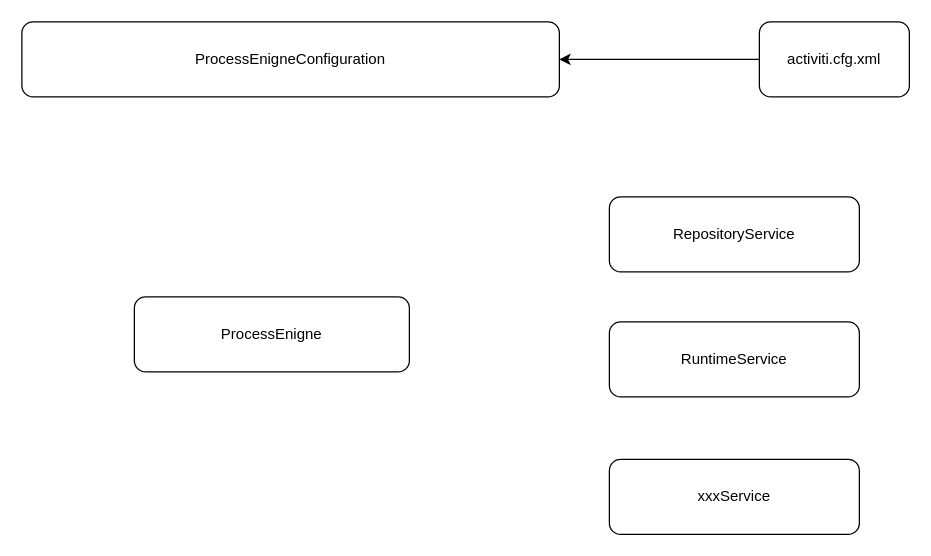
The draw.io diagram Activiti流程引擎配置.drawio in ChengziMao/diagrams, before the edit. Source tidied: cells renumbered, new cells numbered last; positions are measured from the earlier drawing's top-left corner, leaving out a move shared by most shapes. Both pictures are drawn from the tidied source at 125%, with x=0, y=0 at pixel (21, 21).
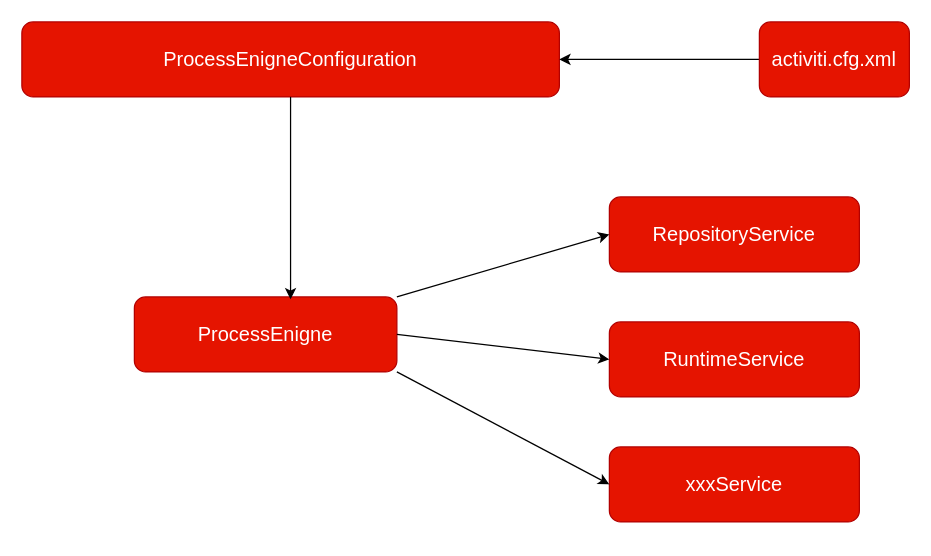
The same page after the edit.

Commit message (it also covers changes not shown here):
更新Activiti流程引擎配置.drawio

What changed in the source:
```diff
@@
 <mxGraphModel>
   <root>
     <mxCell id="0" />
     <mxCell id="1" parent="0" />
-    <mxCell id="2" value="&lt;font style=&quot;vertical-align: inherit;&quot; class=&quot;notranslate fyzs-translate-target fyzs-translate-target-wrapper&quot;&gt;&lt;font style=&quot;vertical-align: inherit;&quot; class=&quot;notranslate fyzs-translate-target fyzs-translate-target-box&quot;&gt;&lt;font style=&quot;vertical-align: inherit;&quot; title=&quot;P&quot; class=&quot;notranslate fyzs-translate-target fyzs-translate-target-text&quot;&gt;ProcessEnigneConfiguration&lt;/font&gt;&lt;/font&gt;&lt;/font&gt;" style="rounded=1;whiteSpace=wrap;html=1;" parent="1" vertex="1">
+    <mxCell id="2" value="&lt;font style=&quot;vertical-align: inherit;&quot; class=&quot;notranslate fyzs-translate-target fyzs-translate-target-wrapper&quot;&gt;&lt;font style=&quot;vertical-align: inherit;&quot; class=&quot;notranslate fyzs-translate-target fyzs-translate-target-box&quot;&gt;&lt;font style=&quot;vertical-align: inherit;&quot; title=&quot;P&quot; class=&quot;notranslate fyzs-translate-target fyzs-translate-target-text&quot;&gt;ProcessEnigneConfiguration&lt;/font&gt;&lt;/font&gt;&lt;/font&gt;" style="rounded=1;whiteSpace=wrap;html=1;fontSize=16;fillColor=#e51400;fontColor=#ffffff;strokeColor=#B20000;" parent="1" vertex="1">
       <mxGeometry width="430" height="60" as="geometry" />
     </mxCell>
-    <mxCell id="3" style="edgeStyle=orthogonalEdgeStyle;rounded=0;jettySize=auto;html=1;entryX=1;entryY=0.5;entryDx=0;entryDy=0;" parent="1" edge="1" source="4" target="2">
+    <mxCell id="3" style="edgeStyle=orthogonalEdgeStyle;rounded=0;jettySize=auto;html=1;entryX=1;entryY=0.5;entryDx=0;entryDy=0;fontSize=16;" parent="1" edge="1" source="4" target="2">
       <mxGeometry relative="1" as="geometry" />
     </mxCell>
-    <mxCell id="4" value="&lt;font style=&quot;vertical-align: inherit;&quot; class=&quot;notranslate fyzs-translate-target fyzs-translate-target-wrapper&quot;&gt;&lt;font style=&quot;vertical-align: inherit;&quot; class=&quot;notranslate fyzs-translate-target fyzs-translate-target-box&quot;&gt;&lt;font style=&quot;vertical-align: inherit;&quot; title=&quot;a&quot; class=&quot;notranslate fyzs-translate-target fyzs-translate-target-text&quot;&gt;activiti.cfg.xml&lt;/font&gt;&lt;/font&gt;&lt;/font&gt;" style="rounded=1;whiteSpace=wrap;html=1;" parent="1" vertex="1">
+    <mxCell id="4" value="&lt;font style=&quot;vertical-align: inherit;&quot; class=&quot;notranslate fyzs-translate-target fyzs-translate-target-wrapper&quot;&gt;&lt;font style=&quot;vertical-align: inherit;&quot; class=&quot;notranslate fyzs-translate-target fyzs-translate-target-box&quot;&gt;&lt;font style=&quot;vertical-align: inherit;&quot; title=&quot;a&quot; class=&quot;notranslate fyzs-translate-target fyzs-translate-target-text&quot;&gt;activiti.cfg.xml&lt;/font&gt;&lt;/font&gt;&lt;/font&gt;" style="rounded=1;whiteSpace=wrap;html=1;fontSize=16;fillColor=#e51400;fontColor=#ffffff;strokeColor=#B20000;" parent="1" vertex="1">
       <mxGeometry x="590" width="120" height="60" as="geometry" />
     </mxCell>
-    <mxCell id="5" value="&lt;font style=&quot;vertical-align: inherit;&quot; class=&quot;notranslate fyzs-translate-target fyzs-translate-target-wrapper&quot;&gt;&lt;font style=&quot;vertical-align: inherit;&quot; class=&quot;notranslate fyzs-translate-target fyzs-translate-target-box&quot;&gt;&lt;font style=&quot;vertical-align: inherit;&quot; title=&quot;P&quot; class=&quot;notranslate fyzs-translate-target fyzs-translate-target-text&quot;&gt;ProcessEnigne&lt;/font&gt;&lt;/font&gt;&lt;/font&gt;" style="rounded=1;whiteSpace=wrap;html=1;" parent="1" vertex="1">
-      <mxGeometry x="90" y="220" width="220" height="60" as="geometry" />
+    <mxCell id="5" value="&lt;font style=&quot;vertical-align: inherit;&quot; class=&quot;notranslate fyzs-translate-target fyzs-translate-target-wrapper&quot;&gt;&lt;font style=&quot;vertical-align: inherit;&quot; class=&quot;notranslate fyzs-translate-target fyzs-translate-target-box&quot;&gt;&lt;font style=&quot;vertical-align: inherit;&quot; title=&quot;P&quot; class=&quot;notranslate fyzs-translate-target fyzs-translate-target-text&quot;&gt;ProcessEnigne&lt;/font&gt;&lt;/font&gt;&lt;/font&gt;" style="rounded=1;whiteSpace=wrap;html=1;fontSize=16;fillColor=#e51400;fontColor=#ffffff;strokeColor=#B20000;" parent="1" vertex="1">
+      <mxGeometry x="90" y="220" width="210" height="60" as="geometry" />
     </mxCell>
-    <mxCell id="6" value="&lt;font style=&quot;vertical-align: inherit;&quot; class=&quot;notranslate fyzs-translate-target fyzs-translate-target-wrapper&quot;&gt;&lt;font style=&quot;vertical-align: inherit;&quot; class=&quot;notranslate fyzs-translate-target fyzs-translate-target-box&quot;&gt;&lt;font style=&quot;vertical-align: inherit;&quot; title=&quot;R&quot; class=&quot;notranslate fyzs-translate-target fyzs-translate-target-text&quot;&gt;RepositoryService&lt;/font&gt;&lt;/font&gt;&lt;/font&gt;" style="rounded=1;whiteSpace=wrap;html=1;" parent="1" vertex="1">
+    <mxCell id="6" value="&lt;font style=&quot;vertical-align: inherit;&quot; class=&quot;notranslate fyzs-translate-target fyzs-translate-target-wrapper&quot;&gt;&lt;font style=&quot;vertical-align: inherit;&quot; class=&quot;notranslate fyzs-translate-target fyzs-translate-target-box&quot;&gt;&lt;font style=&quot;vertical-align: inherit;&quot; title=&quot;R&quot; class=&quot;notranslate fyzs-translate-target fyzs-translate-target-text&quot;&gt;RepositoryService&lt;/font&gt;&lt;/font&gt;&lt;/font&gt;" style="rounded=1;whiteSpace=wrap;html=1;fontSize=16;fillColor=#e51400;fontColor=#ffffff;strokeColor=#B20000;" parent="1" vertex="1">
       <mxGeometry x="470" y="140" width="200" height="60" as="geometry" />
     </mxCell>
-    <mxCell id="7" value="&lt;font style=&quot;vertical-align: inherit;&quot; class=&quot;notranslate fyzs-translate-target fyzs-translate-target-wrapper&quot;&gt;&lt;font style=&quot;vertical-align: inherit;&quot; class=&quot;notranslate fyzs-translate-target fyzs-translate-target-box&quot;&gt;&lt;font style=&quot;vertical-align: inherit;&quot; title=&quot;R&quot; class=&quot;notranslate fyzs-translate-target fyzs-translate-target-text&quot;&gt;RuntimeService&lt;/font&gt;&lt;/font&gt;&lt;/font&gt;" style="rounded=1;whiteSpace=wrap;html=1;" parent="1" vertex="1">
+    <mxCell id="7" value="&lt;font style=&quot;vertical-align: inherit;&quot; class=&quot;notranslate fyzs-translate-target fyzs-translate-target-wrapper&quot;&gt;&lt;font style=&quot;vertical-align: inherit;&quot; class=&quot;notranslate fyzs-translate-target fyzs-translate-target-box&quot;&gt;&lt;font style=&quot;vertical-align: inherit;&quot; title=&quot;R&quot; class=&quot;notranslate fyzs-translate-target fyzs-translate-target-text&quot;&gt;RuntimeService&lt;/font&gt;&lt;/font&gt;&lt;/font&gt;" style="rounded=1;whiteSpace=wrap;html=1;fontSize=16;fillColor=#e51400;fontColor=#ffffff;strokeColor=#B20000;" parent="1" vertex="1">
       <mxGeometry x="470" y="240" width="200" height="60" as="geometry" />
     </mxCell>
-    <mxCell id="8" value="&lt;font style=&quot;vertical-align: inherit;&quot; class=&quot;notranslate fyzs-translate-target fyzs-translate-target-wrapper&quot;&gt;&lt;font style=&quot;vertical-align: inherit;&quot; class=&quot;notranslate fyzs-translate-target fyzs-translate-target-box&quot;&gt;&lt;font style=&quot;vertical-align: inherit;&quot; title=&quot;R&quot; class=&quot;notranslate fyzs-translate-target fyzs-translate-target-text&quot;&gt;xxxService&lt;/font&gt;&lt;/font&gt;&lt;/font&gt;" style="rounded=1;whiteSpace=wrap;html=1;" parent="1" vertex="1">
-      <mxGeometry x="470" y="350" width="200" height="60" as="geometry" />
+    <mxCell id="8" value="&lt;font style=&quot;vertical-align: inherit;&quot; class=&quot;notranslate fyzs-translate-target fyzs-translate-target-wrapper&quot;&gt;&lt;font style=&quot;vertical-align: inherit;&quot; class=&quot;notranslate fyzs-translate-target fyzs-translate-target-box&quot;&gt;&lt;font style=&quot;vertical-align: inherit;&quot; title=&quot;R&quot; class=&quot;notranslate fyzs-translate-target fyzs-translate-target-text&quot;&gt;xxxService&lt;/font&gt;&lt;/font&gt;&lt;/font&gt;" style="rounded=1;whiteSpace=wrap;html=1;fontSize=16;fillColor=#e51400;fontColor=#ffffff;strokeColor=#B20000;" parent="1" vertex="1">
+      <mxGeometry x="470" y="340" width="200" height="60" as="geometry" />
     </mxCell>
+    <mxCell id="9" style="endArrow=classic;html=1;rounded=0;exitX=1;exitY=0;exitDx=0;exitDy=0;entryX=0;entryY=0.5;entryDx=0;entryDy=0;fontSize=16;" parent="1" edge="1" source="5" target="6">
+      <mxGeometry relative="1" as="geometry" />
+    </mxCell>
+    <mxCell id="10" style="endArrow=classic;html=1;rounded=0;exitX=1;exitY=0.5;exitDx=0;exitDy=0;entryX=0;entryY=0.5;entryDx=0;entryDy=0;fontSize=16;" parent="1" edge="1" source="5" target="7">
+      <mxGeometry relative="1" as="geometry" />
+    </mxCell>
+    <mxCell id="11" style="endArrow=classic;html=1;rounded=0;exitX=1;exitY=1;exitDx=0;exitDy=0;entryX=0;entryY=0.5;entryDx=0;entryDy=0;fontSize=16;" parent="1" edge="1" source="5" target="8">
+      <mxGeometry relative="1" as="geometry" />
+    </mxCell>
+    <mxCell id="12" style="edgeStyle=orthogonalEdgeStyle;rounded=0;jettySize=auto;html=1;entryX=0.595;entryY=0.033;entryDx=0;entryDy=0;entryPerimeter=0;" parent="1" edge="1" source="2" target="5">
+      <mxGeometry relative="1" as="geometry" />
+    </mxCell>
   </root>
 </mxGraphModel>
```
